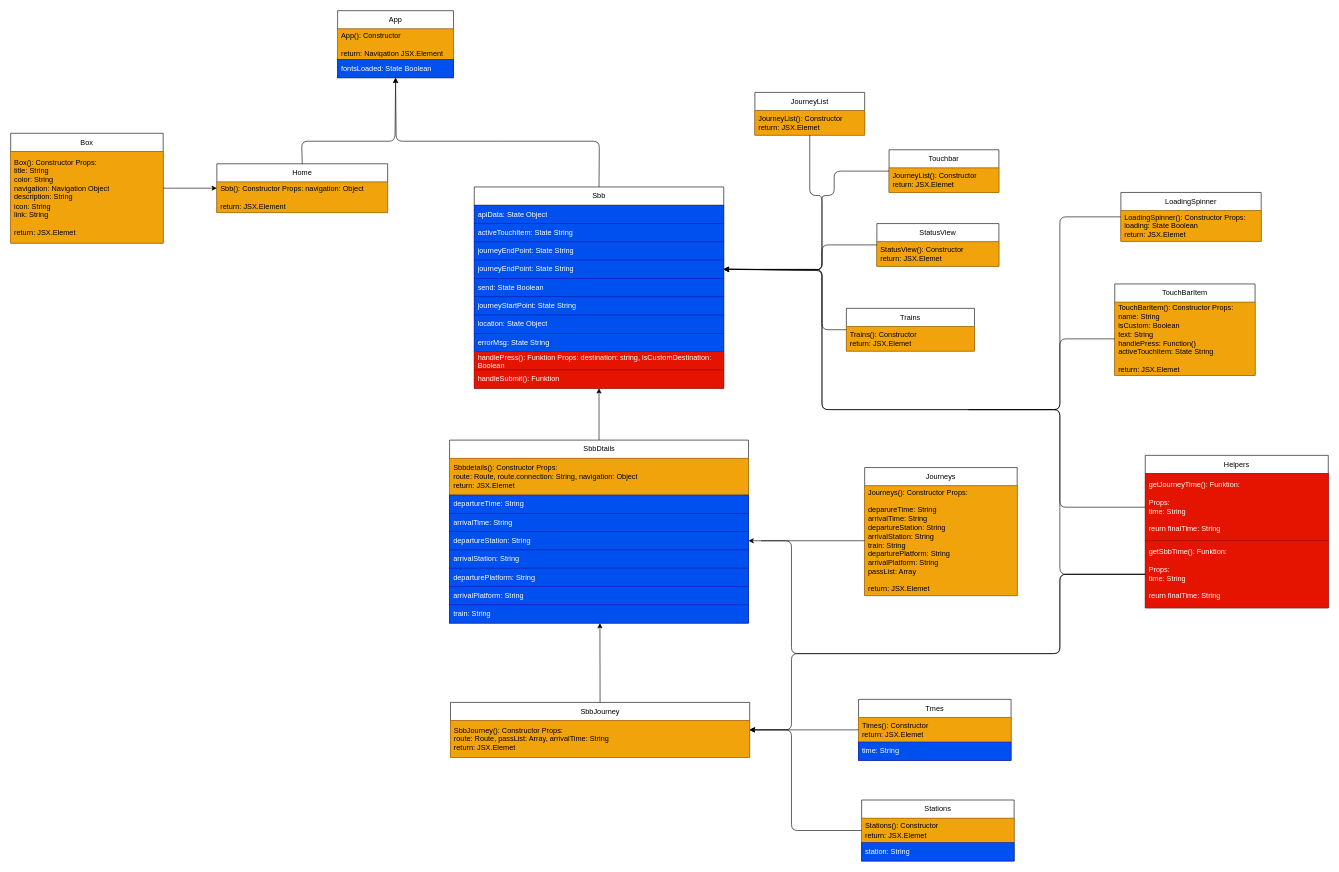
Before: Klassendiagramm.drawio in lcmoc/morning-mobile, a draw.io diagram. Source tidied: cells renumbered, new cells numbered last; positions are measured from the earlier drawing's top-left corner, leaving out a move shared by most shapes. Both pictures are drawn from the tidied source at 61%, with x=0, y=0 at pixel (10, 10).
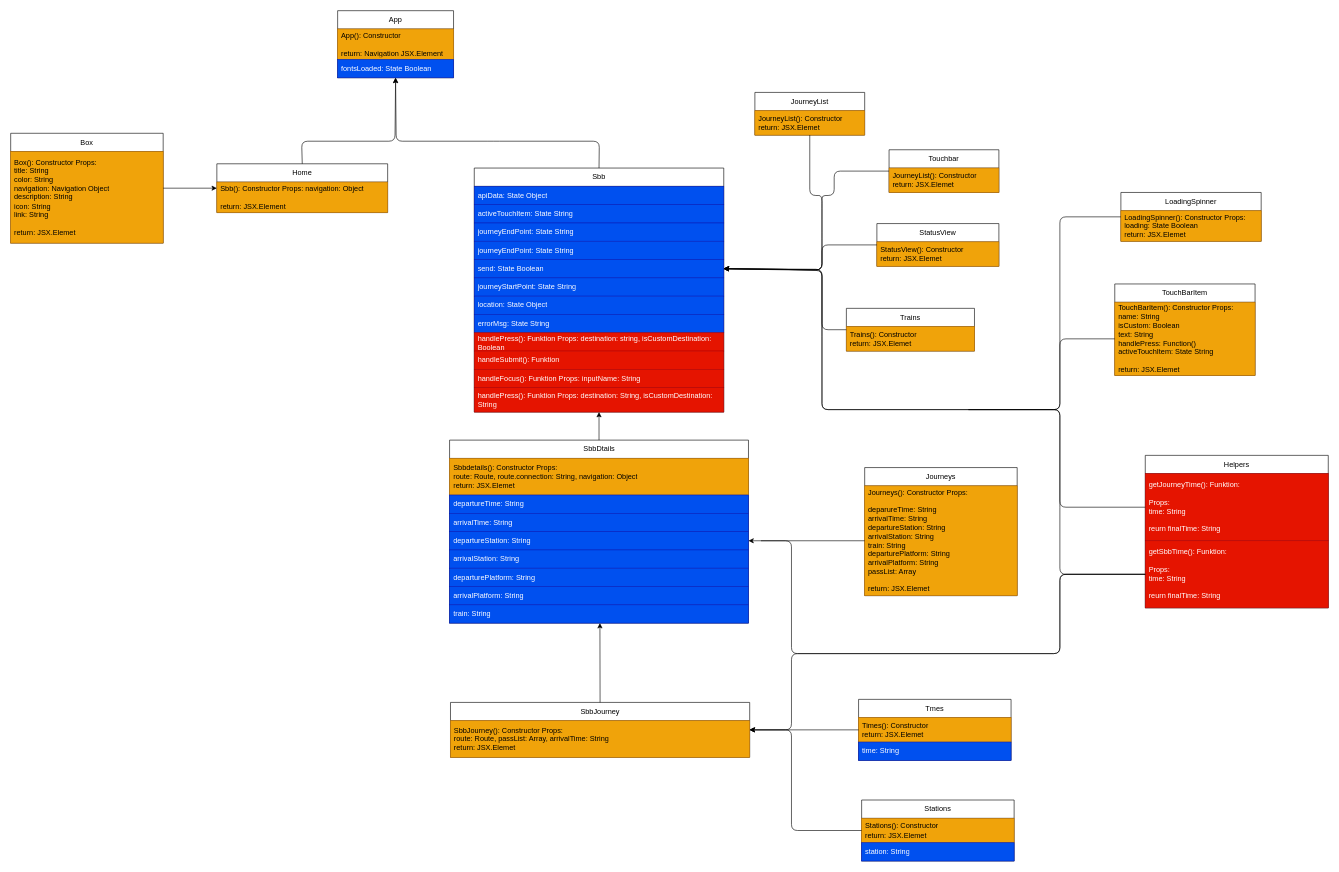
The same page after the edit.

Commit message:
finished class diagramm

Unchanged cells that the change refers to:
```xml
<mxCell id="11" value="journeyEndPoint: State String" style="text;strokeColor=#001DBC;fillColor=#0050ef;align=left;verticalAlign=middle;spacingLeft=4;spacingRight=4;overflow=hidden;points=[[0,0.5],[1,0.5]];portConstraint=eastwest;whiteSpace=wrap;html=1;fontColor=#ffffff;" parent="7" vertex="1">
  <mxGeometry y="120" width="409" height="30" as="geometry" />
</mxCell>
<mxCell id="12" value="send: State Boolean" style="text;strokeColor=#001DBC;fillColor=#0050ef;align=left;verticalAlign=middle;spacingLeft=4;spacingRight=4;overflow=hidden;points=[[0,0.5],[1,0.5]];portConstraint=eastwest;whiteSpace=wrap;html=1;fontColor=#ffffff;" parent="7" vertex="1">
  <mxGeometry y="150" width="409" height="30" as="geometry" />
</mxCell>
<mxCell id="31" value="Touchbar" style="swimlane;fontStyle=0;horizontal=1;startSize=30;whiteSpace=wrap;html=1;" parent="1" vertex="1">
  <mxGeometry x="1440" y="228" width="180" height="70" as="geometry" />
</mxCell>
<mxCell id="33" value="StatusView" style="swimlane;fontStyle=0;horizontal=1;startSize=30;whiteSpace=wrap;html=1;" parent="1" vertex="1">
  <mxGeometry x="1420" y="349" width="200" height="70" as="geometry" />
</mxCell>
<mxCell id="35" value="Trains" style="swimlane;fontStyle=0;horizontal=1;startSize=30;whiteSpace=wrap;html=1;" parent="1" vertex="1">
  <mxGeometry x="1370" y="488" width="210" height="70" as="geometry" />
</mxCell>
<mxCell id="37" value="JourneyList" style="swimlane;fontStyle=0;horizontal=1;startSize=30;whiteSpace=wrap;html=1;" parent="1" vertex="1">
  <mxGeometry x="1220" y="134" width="180" height="70" as="geometry" />
</mxCell>
<mxCell id="59" value="getJourneyTime(): Funktion:&lt;br&gt;&lt;br&gt;Props:&lt;br&gt;time: String&lt;br&gt;&lt;br&gt;reurn finalTime: String" style="text;strokeColor=#B20000;fillColor=#e51400;align=left;verticalAlign=middle;spacingLeft=4;spacingRight=4;overflow=hidden;points=[[0,0.5],[1,0.5]];portConstraint=eastwest;whiteSpace=wrap;html=1;fontColor=#ffffff;" parent="58" vertex="1">
  <mxGeometry y="30" width="300" height="110" as="geometry" />
</mxCell>
<mxCell id="60" value="getSbbTime(): Funktion:&lt;br&gt;&lt;br&gt;Props: &lt;br&gt;time: String &lt;br&gt;&lt;br&gt;reurn finalTime: String" style="text;strokeColor=#B20000;fillColor=#e51400;align=left;verticalAlign=middle;spacingLeft=4;spacingRight=4;overflow=hidden;points=[[0,0.5],[1,0.5]];portConstraint=eastwest;whiteSpace=wrap;html=1;fontColor=#ffffff;" parent="58" vertex="1">
  <mxGeometry y="140" width="300" height="110" as="geometry" />
</mxCell>
```

What changed in the source:
```diff
@@
     <mxCell id="7" value="Sbb" style="swimlane;fontStyle=0;horizontal=1;startSize=30;whiteSpace=wrap;html=1;" parent="1" vertex="1">
-      <mxGeometry x="760" y="289" width="409" height="330" as="geometry" />
+      <mxGeometry x="760" y="258" width="409" height="400" as="geometry" />
     </mxCell>
@@
+    <mxCell id="72" value="handleFocus(): Funktion Props: inputName: String" style="text;strokeColor=#B20000;fillColor=#e51400;align=left;verticalAlign=middle;spacingLeft=4;spacingRight=4;overflow=hidden;whiteSpace=wrap;html=1;fontColor=#ffffff;" parent="7" vertex="1">
+      <mxGeometry y="330" width="409" height="30" as="geometry" />
+    </mxCell>
+    <mxCell id="73" value="handlePress(): Funktion Props: destination: String, isCustomDestination: String" style="text;strokeColor=#B20000;fillColor=#e51400;align=left;verticalAlign=middle;spacingLeft=4;spacingRight=4;overflow=hidden;whiteSpace=wrap;html=1;fontColor=#ffffff;" parent="7" vertex="1">
+      <mxGeometry y="360" width="409" height="40" as="geometry" />
+    </mxCell>
@@
-    <mxCell id="42" style="endArrow=classic;html=1;entryX=1;entryY=0.5;entryDx=0;entryDy=0;exitX=0;exitY=0.5;exitDx=0;exitDy=0;" parent="1" edge="1" source="33" target="11">
+    <mxCell id="42" style="endArrow=classic;html=1;entryX=1;entryY=0.5;entryDx=0;entryDy=0;exitX=0;exitY=0.5;exitDx=0;exitDy=0;" parent="1" edge="1" source="33" target="12">
       <mxGeometry relative="1" as="geometry">
         <Array as="points">
           <mxPoint x="1330" y="384" />
           <mxPoint x="1330" y="425" />
         </Array>
       </mxGeometry>
     </mxCell>
-    <mxCell id="43" style="endArrow=classic;html=1;entryX=1;entryY=0.5;entryDx=0;entryDy=0;exitX=0.5;exitY=1;exitDx=0;exitDy=0;" parent="1" edge="1" source="37" target="11">
+    <mxCell id="43" style="endArrow=classic;html=1;entryX=1;entryY=0.5;entryDx=0;entryDy=0;exitX=0.5;exitY=1;exitDx=0;exitDy=0;" parent="1" edge="1" source="37" target="12">
       <mxGeometry relative="1" as="geometry">
         <Array as="points">
           <mxPoint x="1310" y="303" />
           <mxPoint x="1330" y="303" />
           <mxPoint x="1330" y="353" />
           <mxPoint x="1330" y="383" />
           <mxPoint x="1330" y="425" />
         </Array>
       </mxGeometry>
     </mxCell>
-    <mxCell id="44" style="endArrow=classic;html=1;exitX=0;exitY=0.5;exitDx=0;exitDy=0;entryX=1;entryY=0.5;entryDx=0;entryDy=0;" parent="1" edge="1" source="35" target="11">
+    <mxCell id="44" style="endArrow=classic;html=1;exitX=0;exitY=0.5;exitDx=0;exitDy=0;entryX=1;entryY=0.5;entryDx=0;entryDy=0;" parent="1" edge="1" source="35" target="12">
       <mxGeometry relative="1" as="geometry">
         <Array as="points">
           <mxPoint x="1330" y="523" />
           <mxPoint x="1330" y="425" />
         </Array>
       </mxGeometry>
     </mxCell>
-    <mxCell id="45" style="endArrow=classic;html=1;exitX=0;exitY=0.5;exitDx=0;exitDy=0;entryX=1;entryY=0.5;entryDx=0;entryDy=0;" parent="1" edge="1" source="31" target="11">
+    <mxCell id="45" style="endArrow=classic;html=1;exitX=0;exitY=0.5;exitDx=0;exitDy=0;entryX=1;entryY=0.5;entryDx=0;entryDy=0;" parent="1" edge="1" source="31" target="12">
       <mxGeometry relative="1" as="geometry">
         <Array as="points">
           <mxPoint x="1350" y="263" />
           <mxPoint x="1350" y="303" />
           <mxPoint x="1330" y="303" />
           <mxPoint x="1330" y="314" />
           <mxPoint x="1330" y="425" />
         </Array>
       </mxGeometry>
     </mxCell>
@@
-    <mxCell id="61" style="endArrow=classic;html=1;fontColor=#000000;entryX=1;entryY=0.5;entryDx=0;entryDy=0;exitX=0;exitY=0.5;exitDx=0;exitDy=0;" parent="1" edge="1" source="59" target="11">
+    <mxCell id="61" style="endArrow=classic;html=1;fontColor=#000000;entryX=1;entryY=0.5;entryDx=0;entryDy=0;exitX=0;exitY=0.5;exitDx=0;exitDy=0;" parent="1" edge="1" source="59" target="12">
       <mxGeometry relative="1" as="geometry">
         <Array as="points">
           <mxPoint x="1720" y="814" />
           <mxPoint x="1720" y="654" />
           <mxPoint x="1330" y="654" />
           <mxPoint x="1330" y="524" />
           <mxPoint x="1330" y="424" />
         </Array>
       </mxGeometry>
     </mxCell>
-    <mxCell id="62" style="endArrow=classic;html=1;fontColor=#000000;exitX=0;exitY=0.5;exitDx=0;exitDy=0;entryX=1;entryY=0.5;entryDx=0;entryDy=0;" parent="1" edge="1" source="60" target="11">
+    <mxCell id="62" style="endArrow=classic;html=1;fontColor=#000000;exitX=0;exitY=0.5;exitDx=0;exitDy=0;entryX=1;entryY=0.5;entryDx=0;entryDy=0;" parent="1" edge="1" source="60" target="12">
       <mxGeometry relative="1" as="geometry">
         <Array as="points">
           <mxPoint x="1720" y="924" />
           <mxPoint x="1720" y="804" />
           <mxPoint x="1720" y="654" />
           <mxPoint x="1330" y="654" />
           <mxPoint x="1330" y="426" />
         </Array>
       </mxGeometry>
     </mxCell>
```
